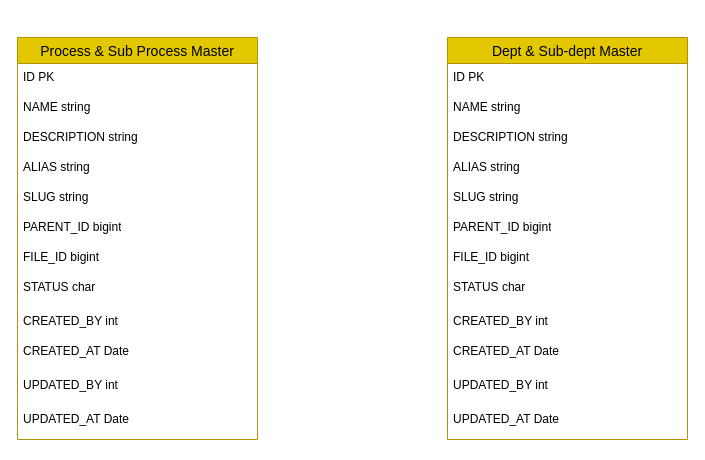
This is ER Diagram.drawio from AvikM1996/draw.io, a draw.io file, before an edit. Source tidied: cells renumbered, new cells numbered last; positions are measured from the earlier drawing's top-left corner, leaving out a move shared by most shapes. Both pictures are drawn from the tidied source at 100%, with x=0, y=0 at pixel (17, 37).
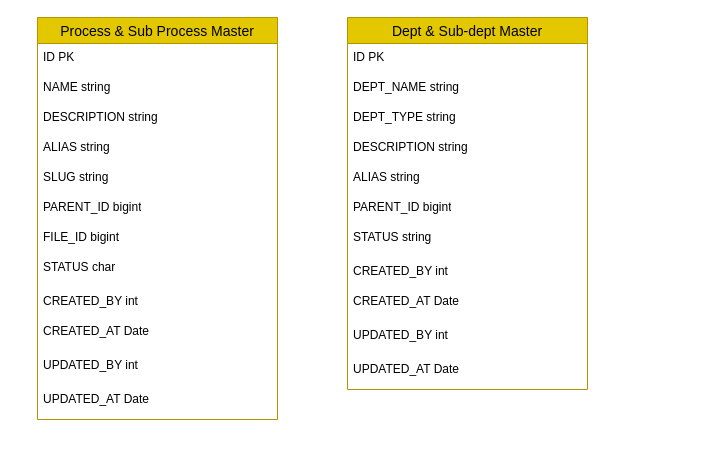
After the change.

Change to the diagram source:
```diff
@@
     <mxCell id="2" value="Process &amp; Sub Process Master" style="swimlane;fontStyle=0;horizontal=1;startSize=26;align=center;fontSize=14;fillColor=#e3c800;strokeColor=#B09500;fontColor=#000000;" parent="1" vertex="1">
-      <mxGeometry width="240" height="402" as="geometry" />
+      <mxGeometry x="20" y="-20" width="240" height="402" as="geometry" />
     </mxCell>
@@
     <mxCell id="15" value="Dept &amp; Sub-dept Master" style="swimlane;fontStyle=0;horizontal=1;startSize=26;align=center;fontSize=14;fillColor=#e3c800;strokeColor=#B09500;fontColor=#000000;" parent="1" vertex="1">
-      <mxGeometry x="430" width="240" height="402" as="geometry" />
+      <mxGeometry x="330" y="-20" width="240" height="372" as="geometry" />
     </mxCell>
@@
-    <mxCell id="17" value="NAME string" style="text;strokeColor=none;fillColor=none;spacingLeft=4;spacingRight=4;overflow=hidden;fontSize=12;whiteSpace=wrap;html=1;" parent="15" vertex="1">
+    <mxCell id="17" value="DEPT_NAME string" style="text;strokeColor=none;fillColor=none;spacingLeft=4;spacingRight=4;overflow=hidden;fontSize=12;whiteSpace=wrap;html=1;" parent="15" vertex="1">
       <mxGeometry y="56" width="240" height="30" as="geometry" />
     </mxCell>
+    <mxCell id="28" value="DEPT_TYPE string" style="text;strokeColor=none;fillColor=none;spacingLeft=4;spacingRight=4;overflow=hidden;fontSize=12;whiteSpace=wrap;html=1;" parent="15" vertex="1">
+      <mxGeometry y="86" width="240" height="30" as="geometry" />
+    </mxCell>
     <mxCell id="18" value="DESCRIPTION string" style="text;strokeColor=none;fillColor=none;spacingLeft=4;spacingRight=4;overflow=hidden;fontSize=12;whiteSpace=wrap;html=1;" parent="15" vertex="1">
-      <mxGeometry y="86" width="240" height="30" as="geometry" />
+      <mxGeometry y="116" width="240" height="30" as="geometry" />
     </mxCell>
     <mxCell id="19" value="ALIAS string" style="text;strokeColor=none;fillColor=none;spacingLeft=4;spacingRight=4;overflow=hidden;fontSize=12;whiteSpace=wrap;html=1;" parent="15" vertex="1">
-      <mxGeometry y="116" width="240" height="30" as="geometry" />
+      <mxGeometry y="146" width="240" height="30" as="geometry" />
     </mxCell>
-    <mxCell id="20" value="SLUG string" style="text;strokeColor=none;fillColor=none;spacingLeft=4;spacingRight=4;overflow=hidden;fontSize=12;whiteSpace=wrap;html=1;" parent="15" vertex="1">
-      <mxGeometry y="146" width="240" height="30" as="geometry" />
-    </mxCell>
@@
-    <mxCell id="22" value="FILE_ID bigint" style="text;strokeColor=none;fillColor=none;spacingLeft=4;spacingRight=4;overflow=hidden;fontSize=12;whiteSpace=wrap;html=1;" parent="15" vertex="1">
-      <mxGeometry y="206" width="240" height="30" as="geometry" />
-    </mxCell>
-    <mxCell id="23" value="STATUS char" style="text;strokeColor=none;fillColor=none;spacingLeft=4;spacingRight=4;overflow=hidden;fontSize=12;whiteSpace=wrap;html=1;" parent="15" vertex="1">
-      <mxGeometry y="236" width="240" height="34" as="geometry" />
+    <mxCell id="23" value="STATUS string" style="text;strokeColor=none;fillColor=none;spacingLeft=4;spacingRight=4;overflow=hidden;fontSize=12;whiteSpace=wrap;html=1;" parent="15" vertex="1">
+      <mxGeometry y="206" width="240" height="34" as="geometry" />
     </mxCell>
     <mxCell id="24" value="CREATED_BY int" style="text;strokeColor=none;fillColor=none;spacingLeft=4;spacingRight=4;overflow=hidden;fontSize=12;whiteSpace=wrap;html=1;" parent="15" vertex="1">
-      <mxGeometry y="270" width="240" height="30" as="geometry" />
+      <mxGeometry y="240" width="240" height="30" as="geometry" />
     </mxCell>
     <mxCell id="25" value="CREATED_AT Date" style="text;strokeColor=none;fillColor=none;spacingLeft=4;spacingRight=4;overflow=hidden;fontSize=12;whiteSpace=wrap;html=1;" parent="15" vertex="1">
-      <mxGeometry y="300" width="240" height="34" as="geometry" />
+      <mxGeometry y="270" width="240" height="34" as="geometry" />
     </mxCell>
     <mxCell id="26" value="UPDATED_BY int" style="text;strokeColor=none;fillColor=none;spacingLeft=4;spacingRight=4;overflow=hidden;fontSize=12;whiteSpace=wrap;html=1;" parent="15" vertex="1">
-      <mxGeometry y="334" width="240" height="34" as="geometry" />
+      <mxGeometry y="304" width="240" height="34" as="geometry" />
     </mxCell>
     <mxCell id="27" value="UPDATED_AT Date" style="text;strokeColor=none;fillColor=none;spacingLeft=4;spacingRight=4;overflow=hidden;fontSize=12;whiteSpace=wrap;html=1;" parent="15" vertex="1">
-      <mxGeometry y="368" width="240" height="34" as="geometry" />
+      <mxGeometry y="338" width="240" height="34" as="geometry" />
     </mxCell>
```
